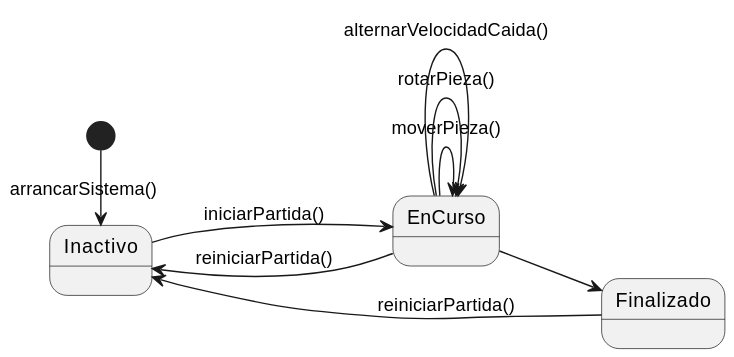
The PlantUML diagram images/modelosUML/DiagramaDeContexto001-ActorJugador.svg in puntoReflex/pyTetris, before a commit. Source of this version:
```plantuml
@startuml
left to right direction

state Inactivo
state EnCurso
state Finalizado

[*] -> Inactivo : arrancarSistema()

Inactivo --> EnCurso : iniciarPartida()

EnCurso -> EnCurso : moverPieza()
EnCurso -> EnCurso : rotarPieza()
EnCurso -> EnCurso : alternarVelocidadCaida()

EnCurso --> Finalizado
EnCurso --> Inactivo : reiniciarPartida()

Finalizado --> Inactivo : reiniciarPartida()
@enduml
```
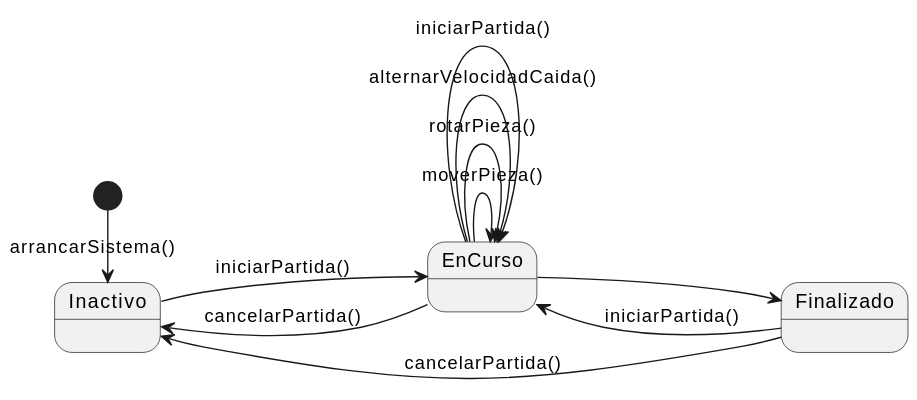
After the commit.

Change to the diagram source:
```diff
@@ -13,8 +13,12 @@
 EnCurso -> EnCurso : rotarPieza()
 EnCurso -> EnCurso : alternarVelocidadCaida()
 
+EnCurso -> EnCurso : iniciarPartida()
+
 EnCurso --> Finalizado
-EnCurso --> Inactivo : reiniciarPartida()
+EnCurso --> Inactivo : cancelarPartida()
 
-Finalizado --> Inactivo : reiniciarPartida()
+Finalizado --> Inactivo : cancelarPartida()
+
+Finalizado --> EnCurso : iniciarPartida()
 @enduml
```
